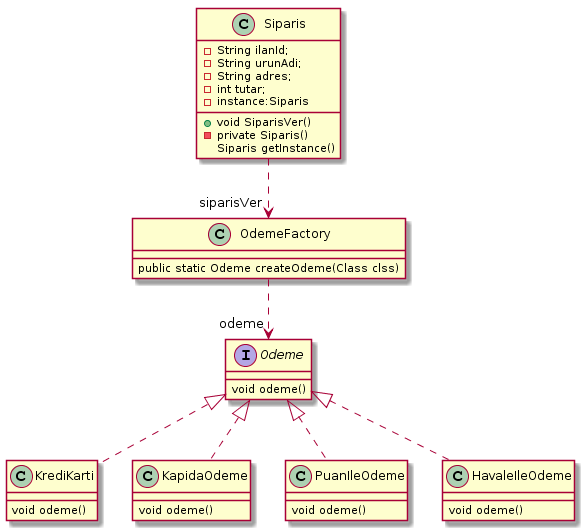
DemirOzgr/Tasarim-Kaliplari keeps this PlantUML diagram as SingletonVeFactoryPattern/UmlVeAsciidoc/SingletonVeFactoryUmlDiagram.png. Above is the earlier version. The source it was exported from:
```plantuml
@startuml
class Siparis{
-String ilanId;
-String urunAdi;
-String adres;
-int tutar;
-instance:Siparis
+void SiparisVer()
-private Siparis()
Siparis getInstance()
}
class OdemeFactory{
public static Odeme createOdeme(Class clss)
}
Interface Odeme{
void odeme()
}
class KrediKarti{
void odeme()
}
class KapidaOdeme{
void odeme()
}
class PuanIleOdeme{
void odeme()
}
class HavaleIleOdeme{
void odeme()
}
Odeme<|.. KrediKarti
Odeme<|.. KapidaOdeme
Odeme<|.. PuanIleOdeme
Odeme<|.. HavaleIleOdeme
OdemeFactory ..> "odeme" Odeme
Siparis ..> "siparisVer" OdemeFactory
@enduml
```
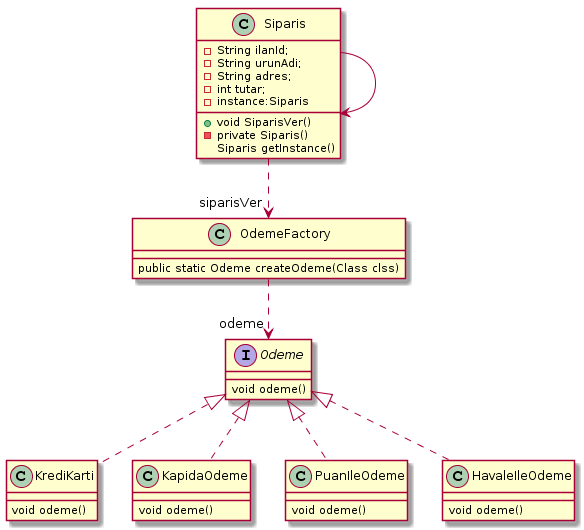
After the commit.

What changed in the source:
```diff
@@ -33,4 +33,5 @@
 Odeme<|.. HavaleIleOdeme
 OdemeFactory ..> "odeme" Odeme
 Siparis ..> "siparisVer" OdemeFactory
+Siparis --> Siparis
 @enduml
```
